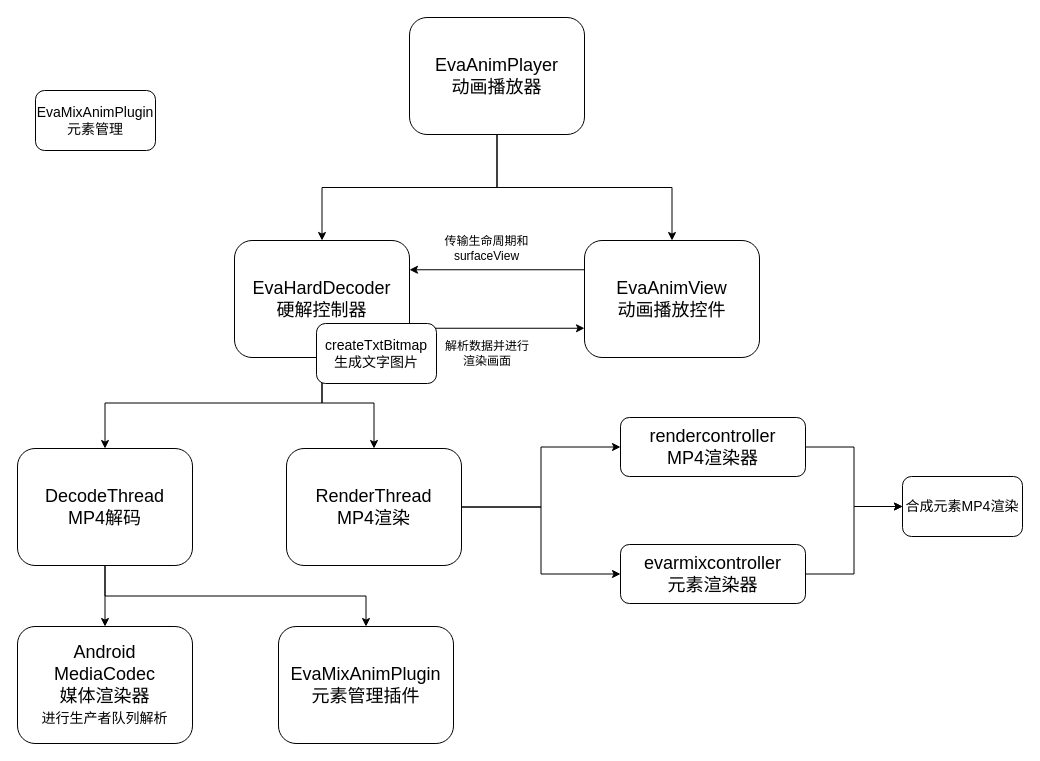
cangwang/news keeps this draw.io diagram as page "Page-2" (2 of 4) of YYEVA.drawio. Above is the earlier version. Source tidied: cells renumbered, new cells numbered last; positions are measured from the earlier drawing's top-left corner, leaving out a move shared by most shapes. Both pictures are drawn from the tidied source at 100%, with x=0, y=0 at pixel (17, 17).
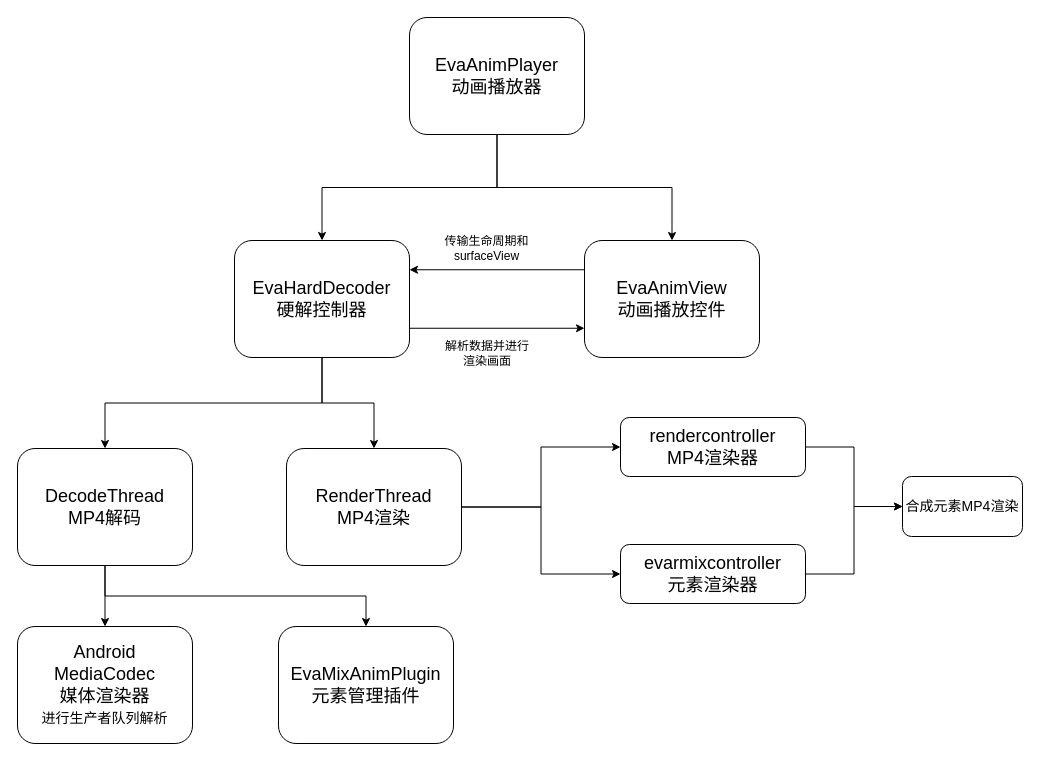
The same page after the edit.

Diff of the diagram source:
```diff
@@
-    <mxCell id="25" value="createTxtBitmap&lt;br&gt;生成文字图片" style="rounded=1;whiteSpace=wrap;html=1;fontSize=14;fillColor=default;" parent="1" vertex="1">
-      <mxGeometry x="299" y="306" width="120" height="60" as="geometry" />
-    </mxCell>
-    <mxCell id="26" value="EvaMixAnimPlugin&lt;br&gt;元素管理" style="rounded=1;whiteSpace=wrap;html=1;fontSize=14;fillColor=default;" parent="1" vertex="1">
-      <mxGeometry x="18" y="73" width="120" height="60" as="geometry" />
-    </mxCell>
```
